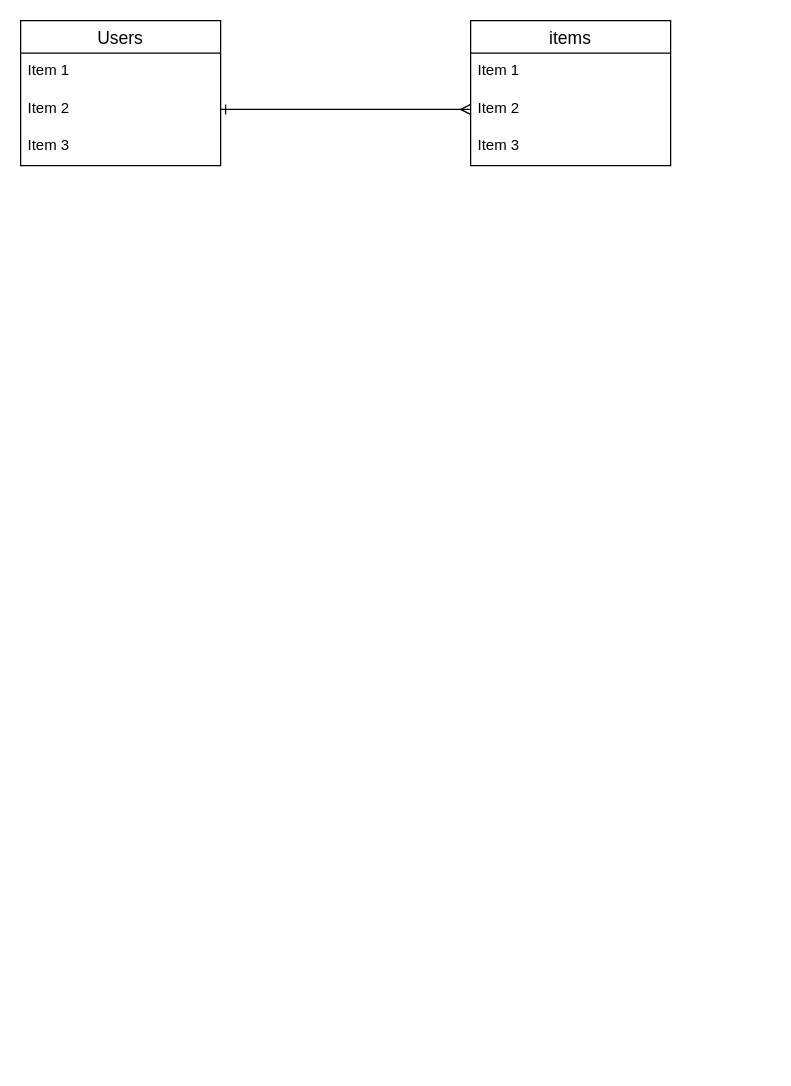
Before: test.dio in Btakizawa18/furima-40010, a draw.io diagram. Source tidied: cells renumbered, new cells numbered last; positions are measured from the earlier drawing's top-left corner, leaving out a move shared by most shapes. Both pictures are drawn from the tidied source at 125%, with x=0, y=0 at pixel (20, 20).
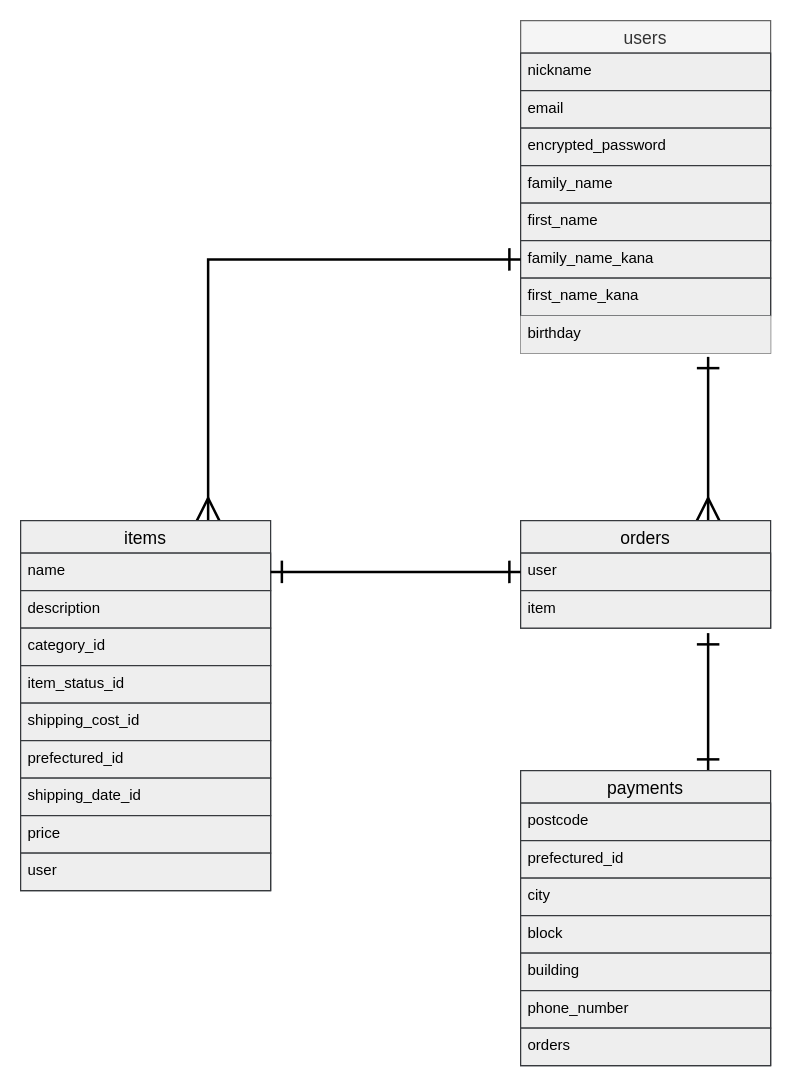
The same diagram, later.

What changed in the source:
```diff
@@
-<mxGraphModel>
+<mxGraphModel background="#ffffff">
@@
-    <mxCell id="2" value="Users" style="swimlane;fontStyle=0;horizontal=1;startSize=26;align=center;fontSize=14;" parent="1" vertex="1">
-      <mxGeometry width="160" height="116" as="geometry" />
+    <mxCell id="2" value="users" style="swimlane;fontStyle=0;horizontal=1;startSize=26;align=center;fontSize=14;fillColor=#f5f5f5;fontColor=#333333;strokeColor=#666666;rounded=0;swimlaneLine=1;swimlaneFillColor=default;gradientColor=none;" parent="1" vertex="1">
+      <mxGeometry x="400" width="200" height="266" as="geometry" />
     </mxCell>
-    <mxCell id="3" value="Item 1" style="text;strokeColor=none;fillColor=none;spacingLeft=4;spacingRight=4;overflow=hidden;fontSize=12;" parent="2" vertex="1">
-      <mxGeometry y="26" width="160" height="30" as="geometry" />
+    <mxCell id="3" value="nickname" style="text;strokeColor=#36393d;fillColor=#eeeeee;spacingLeft=4;spacingRight=4;overflow=hidden;fontSize=12;fontColor=#000000;" parent="2" vertex="1">
+      <mxGeometry y="26" width="200" height="30" as="geometry" />
     </mxCell>
-    <mxCell id="4" value="Item 2" style="text;strokeColor=none;fillColor=none;spacingLeft=4;spacingRight=4;overflow=hidden;points=[[0,0.5],[1,0.5]];portConstraint=eastwest;fontSize=12;" parent="2" vertex="1">
-      <mxGeometry y="56" width="160" height="30" as="geometry" />
+    <mxCell id="4" value="email" style="text;strokeColor=#36393d;fillColor=#eeeeee;spacingLeft=4;spacingRight=4;overflow=hidden;points=[[0,0.5],[1,0.5]];portConstraint=eastwest;fontSize=12;fontColor=#000000;" parent="2" vertex="1">
+      <mxGeometry y="56" width="200" height="30" as="geometry" />
     </mxCell>
-    <mxCell id="5" value="Item 3" style="text;strokeColor=none;fillColor=none;spacingLeft=4;spacingRight=4;overflow=hidden;fontSize=12;" parent="2" vertex="1">
-      <mxGeometry y="86" width="160" height="30" as="geometry" />
+    <mxCell id="5" value="encrypted_password" style="text;strokeColor=#36393d;fillColor=#eeeeee;spacingLeft=4;spacingRight=4;overflow=hidden;fontSize=12;fontColor=#000000;" parent="2" vertex="1">
+      <mxGeometry y="86" width="200" height="30" as="geometry" />
     </mxCell>
+    <mxCell id="11" value="family_name" style="text;strokeColor=#36393d;fillColor=#eeeeee;spacingLeft=4;spacingRight=4;overflow=hidden;fontSize=12;fontColor=#000000;" parent="2" vertex="1">
+      <mxGeometry y="116" width="200" height="30" as="geometry" />
+    </mxCell>
+    <mxCell id="12" value="first_name" style="text;strokeColor=#36393d;fillColor=#eeeeee;spacingLeft=4;spacingRight=4;overflow=hidden;fontSize=12;fontColor=#000000;" parent="2" vertex="1">
+      <mxGeometry y="146" width="200" height="30" as="geometry" />
+    </mxCell>
+    <mxCell id="13" value="family_name_kana" style="text;strokeColor=#36393d;fillColor=#eeeeee;spacingLeft=4;spacingRight=4;overflow=hidden;points=[[0,0.5],[1,0.5]];portConstraint=eastwest;fontSize=12;fontColor=#000000;" parent="2" vertex="1">
+      <mxGeometry y="176" width="200" height="30" as="geometry" />
+    </mxCell>
+    <mxCell id="14" value="first_name_kana" style="text;strokeColor=#36393d;fillColor=#eeeeee;spacingLeft=4;spacingRight=4;overflow=hidden;fontSize=12;fontColor=#000000;" parent="2" vertex="1">
+      <mxGeometry y="206" width="200" height="30" as="geometry" />
+    </mxCell>
+    <mxCell id="15" value="birthday" style="text;strokeColor=none;fillColor=#eeeeee;spacingLeft=4;spacingRight=4;overflow=hidden;points=[[0,0.5],[1,0.5]];portConstraint=eastwest;fontSize=12;fontColor=#000000;" parent="2" vertex="1">
+      <mxGeometry y="236" width="200" height="30" as="geometry" />
+    </mxCell>
+    <mxCell id="16" style="edgeStyle=none;html=1;exitX=0.75;exitY=0;exitDx=0;exitDy=0;entryX=0.75;entryY=1.1;entryDx=0;entryDy=0;entryPerimeter=0;endArrow=ERone;endFill=0;startArrow=ERmany;startFill=0;strokeWidth=2;jumpSize=6;endSize=15;startSize=15;fontColor=#000000;labelBorderColor=default;strokeColor=#000000;" parent="1" edge="1" source="17" target="15">
+      <mxGeometry relative="1" as="geometry" />
+    </mxCell>
+    <mxCell id="17" value="orders" style="swimlane;fontStyle=0;horizontal=1;startSize=26;align=center;fontSize=14;fillColor=#eeeeee;strokeColor=#36393d;fontColor=#000000;" parent="1" vertex="1">
+      <mxGeometry x="400" y="400" width="200" height="86" as="geometry" />
+    </mxCell>
+    <mxCell id="18" value="user" style="text;strokeColor=#36393d;fillColor=#eeeeee;spacingLeft=4;spacingRight=4;overflow=hidden;points=[[0,0.5],[1,0.5]];portConstraint=eastwest;fontSize=12;fontColor=#000000;" parent="17" vertex="1">
+      <mxGeometry y="26" width="200" height="30" as="geometry" />
+    </mxCell>
+    <mxCell id="19" value="item" style="text;strokeColor=#36393d;fillColor=#eeeeee;spacingLeft=4;spacingRight=4;overflow=hidden;points=[[0,0.5],[1,0.5]];portConstraint=eastwest;fontSize=12;fontColor=#000000;" parent="17" vertex="1">
+      <mxGeometry y="56" width="200" height="30" as="geometry" />
+    </mxCell>
+    <mxCell id="20" style="edgeStyle=none;jumpSize=6;html=1;exitX=0.75;exitY=0;exitDx=0;exitDy=0;entryX=0.75;entryY=1.133;entryDx=0;entryDy=0;entryPerimeter=0;strokeWidth=2;startArrow=ERone;startFill=0;endArrow=ERone;endFill=0;startSize=15;endSize=15;strokeColor=#000000;" parent="1" edge="1" source="21" target="19">
+      <mxGeometry relative="1" as="geometry" />
+    </mxCell>
+    <mxCell id="21" value="payments" style="swimlane;fontStyle=0;horizontal=1;startSize=26;align=center;fontSize=14;strokeColor=#36393d;fillColor=#eeeeee;fontColor=#000000;" parent="1" vertex="1">
+      <mxGeometry x="400" y="600" width="200" height="236" as="geometry" />
+    </mxCell>
+    <mxCell id="22" value="postcode" style="text;strokeColor=#36393d;fillColor=#eeeeee;spacingLeft=4;spacingRight=4;overflow=hidden;fontSize=12;fontColor=#000000;" parent="21" vertex="1">
+      <mxGeometry y="26" width="200" height="30" as="geometry" />
+    </mxCell>
+    <mxCell id="23" value="prefectured_id" style="text;strokeColor=#36393d;fillColor=#eeeeee;spacingLeft=4;spacingRight=4;overflow=hidden;fontSize=12;fontColor=#000000;" parent="21" vertex="1">
+      <mxGeometry y="56" width="200" height="30" as="geometry" />
+    </mxCell>
+    <mxCell id="24" value="city" style="text;strokeColor=#36393d;fillColor=#eeeeee;spacingLeft=4;spacingRight=4;overflow=hidden;fontSize=12;fontColor=#000000;" parent="21" vertex="1">
+      <mxGeometry y="86" width="200" height="30" as="geometry" />
+    </mxCell>
+    <mxCell id="25" value="block" style="text;strokeColor=#36393d;fillColor=#eeeeee;spacingLeft=4;spacingRight=4;overflow=hidden;fontSize=12;fontColor=#000000;" parent="21" vertex="1">
+      <mxGeometry y="116" width="200" height="30" as="geometry" />
+    </mxCell>
+    <mxCell id="26" value="building" style="text;strokeColor=#36393d;fillColor=#eeeeee;spacingLeft=4;spacingRight=4;overflow=hidden;fontSize=12;fontColor=#000000;" parent="21" vertex="1">
+      <mxGeometry y="146" width="200" height="30" as="geometry" />
+    </mxCell>
+    <mxCell id="27" value="phone_number" style="text;strokeColor=#36393d;fillColor=#eeeeee;spacingLeft=4;spacingRight=4;overflow=hidden;fontSize=12;fontColor=#000000;" parent="21" vertex="1">
+      <mxGeometry y="176" width="200" height="30" as="geometry" />
+    </mxCell>
+    <mxCell id="28" value="orders" style="text;strokeColor=#36393d;fillColor=#eeeeee;spacingLeft=4;spacingRight=4;overflow=hidden;fontSize=12;fontColor=#000000;" parent="21" vertex="1">
+      <mxGeometry y="206" width="200" height="30" as="geometry" />
+    </mxCell>
+    <mxCell id="29" style="edgeStyle=orthogonalEdgeStyle;jumpSize=6;html=1;exitX=0.75;exitY=0;exitDx=0;exitDy=0;entryX=0;entryY=0.5;entryDx=0;entryDy=0;strokeWidth=2;startArrow=ERmany;startFill=0;endArrow=ERone;endFill=0;startSize=15;endSize=15;strokeColor=#000000;rounded=0;" parent="1" edge="1" source="6" target="13">
+      <mxGeometry relative="1" as="geometry" />
+    </mxCell>
-    <mxCell id="6" value="items" style="swimlane;fontStyle=0;horizontal=1;startSize=26;align=center;fontSize=14;" parent="1" vertex="1">
-      <mxGeometry x="360" width="160" height="116" as="geometry" />
+    <mxCell id="6" value="items" style="swimlane;fontStyle=0;horizontal=1;startSize=26;align=center;fontSize=14;strokeColor=#36393d;fillColor=#eeeeee;fontColor=#000000;" parent="1" vertex="1">
+      <mxGeometry y="400" width="200" height="296" as="geometry" />
     </mxCell>
-    <mxCell id="7" value="Item 1" style="text;strokeColor=none;fillColor=none;spacingLeft=4;spacingRight=4;overflow=hidden;fontSize=12;" parent="6" vertex="1">
-      <mxGeometry y="26" width="160" height="30" as="geometry" />
-    </mxCell>
-    <mxCell id="8" value="Item 2" style="text;strokeColor=none;fillColor=none;spacingLeft=4;spacingRight=4;overflow=hidden;points=[[0,0.5],[1,0.5]];portConstraint=eastwest;fontSize=12;" parent="6" vertex="1">
-      <mxGeometry y="56" width="160" height="30" as="geometry" />
-    </mxCell>
-    <mxCell id="9" value="Item 3" style="text;strokeColor=none;fillColor=none;spacingLeft=4;spacingRight=4;overflow=hidden;fontSize=12;" parent="6" vertex="1">
-      <mxGeometry y="86" width="160" height="30" as="geometry" />
-    </mxCell>
-    <mxCell id="10" style="edgeStyle=none;html=1;exitX=1;exitY=0.5;exitDx=0;exitDy=0;entryX=0;entryY=0.5;entryDx=0;entryDy=0;endArrow=ERmany;endFill=0;startArrow=ERone;startFill=0;" parent="1" edge="1" source="4" target="8">
-      <mxGeometry relative="1" as="geometry" />
-    </mxCell>
+    <mxCell id="30" value="name" style="text;strokeColor=#36393d;fillColor=#eeeeee;spacingLeft=4;spacingRight=4;overflow=hidden;points=[[0,0.5],[1,0.5]];portConstraint=eastwest;fontSize=12;fontColor=#000000;" parent="6" vertex="1">
+      <mxGeometry y="26" width="200" height="30" as="geometry" />
+    </mxCell>
+    <mxCell id="31" value="description" style="text;strokeColor=#36393d;fillColor=#eeeeee;spacingLeft=4;spacingRight=4;overflow=hidden;fontSize=12;fontColor=#000000;" parent="6" vertex="1">
+      <mxGeometry y="56" width="200" height="30" as="geometry" />
+    </mxCell>
+    <mxCell id="32" value="category_id" style="text;strokeColor=#36393d;fillColor=#eeeeee;spacingLeft=4;spacingRight=4;overflow=hidden;fontSize=12;fontColor=#000000;" parent="6" vertex="1">
+      <mxGeometry y="86" width="200" height="30" as="geometry" />
+    </mxCell>
+    <mxCell id="33" value="item_status_id" style="text;strokeColor=#36393d;fillColor=#eeeeee;spacingLeft=4;spacingRight=4;overflow=hidden;fontSize=12;fontColor=#000000;" parent="6" vertex="1">
+      <mxGeometry y="116" width="200" height="30" as="geometry" />
+    </mxCell>
+    <mxCell id="34" value="shipping_cost_id" style="text;strokeColor=#36393d;fillColor=#eeeeee;spacingLeft=4;spacingRight=4;overflow=hidden;fontSize=12;fontColor=#000000;" parent="6" vertex="1">
+      <mxGeometry y="146" width="200" height="30" as="geometry" />
+    </mxCell>
+    <mxCell id="35" value="prefectured_id" style="text;strokeColor=#36393d;fillColor=#eeeeee;spacingLeft=4;spacingRight=4;overflow=hidden;fontSize=12;fontColor=#000000;" parent="6" vertex="1">
+      <mxGeometry y="176" width="200" height="30" as="geometry" />
+    </mxCell>
+    <mxCell id="36" value="shipping_date_id" style="text;strokeColor=#36393d;fillColor=#eeeeee;spacingLeft=4;spacingRight=4;overflow=hidden;fontSize=12;fontColor=#000000;" parent="6" vertex="1">
+      <mxGeometry y="206" width="200" height="30" as="geometry" />
+    </mxCell>
+    <mxCell id="37" value="price" style="text;strokeColor=#36393d;fillColor=#eeeeee;spacingLeft=4;spacingRight=4;overflow=hidden;fontSize=12;fontColor=#000000;" parent="6" vertex="1">
+      <mxGeometry y="236" width="200" height="30" as="geometry" />
+    </mxCell>
+    <mxCell id="38" value="user" style="text;strokeColor=#36393d;fillColor=#eeeeee;spacingLeft=4;spacingRight=4;overflow=hidden;fontSize=12;fontColor=#000000;" parent="6" vertex="1">
+      <mxGeometry y="266" width="200" height="30" as="geometry" />
+    </mxCell>
+    <mxCell id="39" style="edgeStyle=none;jumpSize=6;html=1;exitX=1;exitY=0.5;exitDx=0;exitDy=0;entryX=0;entryY=0.5;entryDx=0;entryDy=0;strokeWidth=2;startArrow=ERone;startFill=0;endArrow=ERone;endFill=0;startSize=15;endSize=15;strokeColor=#000000;" parent="1" edge="1" source="30" target="18">
+      <mxGeometry relative="1" as="geometry" />
+    </mxCell>
```
